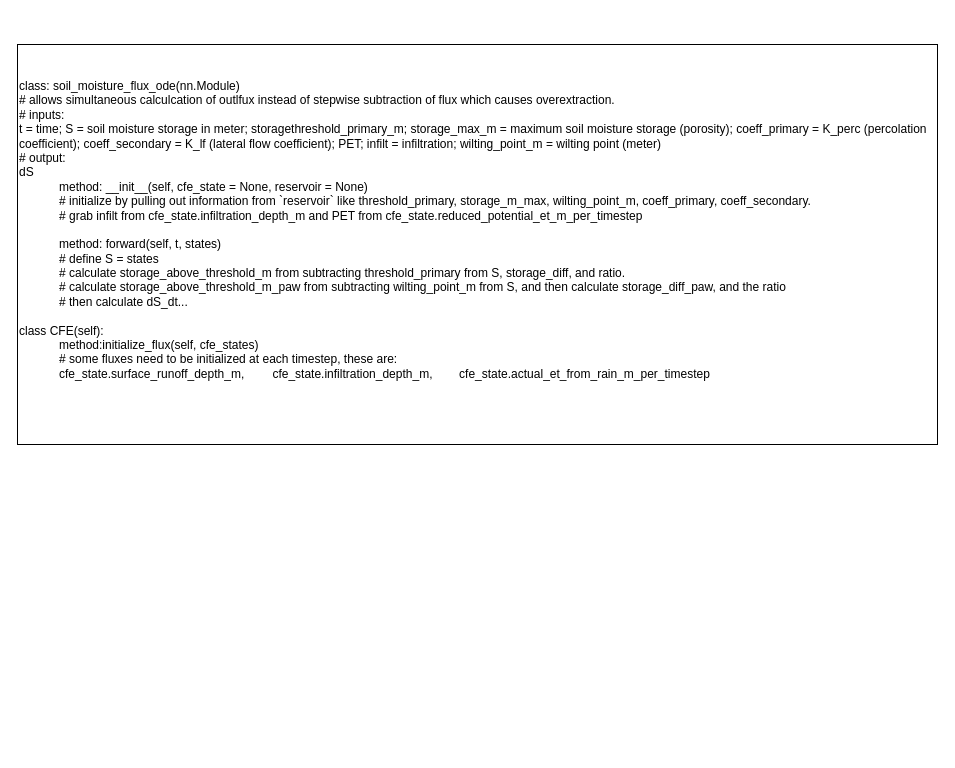
This is page "CFE_RunScheme" (4 of 7) of dCFE_MISC/dCFE_CodeDiagrams.drawio from mines-ciroh/neuralhydrology, a draw.io file, before an edit. Source tidied: cells renumbered, new cells numbered last; positions are measured from the earlier drawing's top-left corner, leaving out a move shared by most shapes. Both pictures are drawn from the tidied source at 100%, with x=0, y=0 at pixel (17, 44).
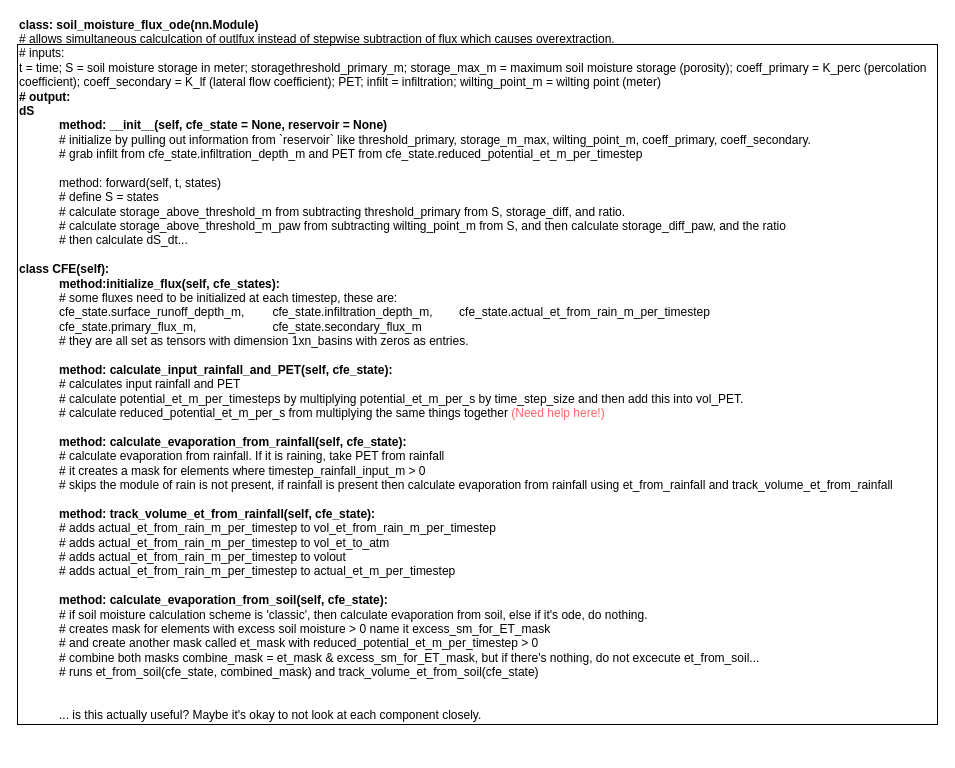
The same page after the edit.

Commit message (it also covers changes not shown here):
Modified code-vomit structure in cdfe.py and proposed new forward process.

Change to the diagram source:
```diff
@@
 <mxGraphModel>
   <root>
     <mxCell id="0" />
     <mxCell id="1" parent="0" />
-    <mxCell id="2" value="class: soil_moisture_flux_ode(nn.Module)&lt;div&gt;# allows simultaneous calculcation of outlfux instead of stepwise subtraction of flux which causes overextraction.&lt;/div&gt;&lt;div&gt;# inputs:&lt;/div&gt;&lt;div&gt;t = time; S = soil moisture storage in meter; storagethreshold_primary_m; storage_max_m = maximum soil moisture storage (porosity); coeff_primary = K_perc (percolation coefficient); coeff_secondary = K_lf (lateral flow coefficient); PET; infilt = infiltration; wilting_point_m = wilting point (meter)&lt;/div&gt;&lt;div&gt;# output:&lt;/div&gt;&lt;div&gt;dS&lt;/div&gt;&lt;blockquote style=&quot;margin: 0 0 0 40px; border: none; padding: 0px;&quot;&gt;&lt;div&gt;method: __init__(self, cfe_state = None, reservoir = None)&lt;/div&gt;&lt;div&gt;&lt;span style=&quot;background-color: initial;&quot;&gt;# initialize by pulling out information from `reservoir` like threshold_primary, storage_m_max, wilting_point_m, coeff_primary, coeff_secondary.&amp;nbsp;&lt;/span&gt;&lt;/div&gt;&lt;div&gt;&lt;span style=&quot;background-color: initial;&quot;&gt;# grab infilt from cfe_state.infiltration_depth_m and PET from cfe_state.reduced_potential_et_m_per_timestep&lt;/span&gt;&lt;/div&gt;&lt;div&gt;&lt;span style=&quot;background-color: initial;&quot;&gt;&lt;br&gt;&lt;/span&gt;&lt;/div&gt;&lt;div&gt;&lt;span style=&quot;background-color: initial;&quot;&gt;method: forward(self, t, states)&lt;/span&gt;&lt;/div&gt;&lt;div&gt;&lt;span style=&quot;background-color: initial;&quot;&gt;# define S = states&lt;/span&gt;&lt;/div&gt;&lt;div&gt;# calculate storage_above_threshold_m from subtracting threshold_primary from S, storage_diff, and ratio.&amp;nbsp;&lt;/div&gt;&lt;div&gt;# calculate storage_above_threshold_m_paw from subtracting wilting_point_m from S, and then calculate storage_diff_paw, and the ratio&lt;/div&gt;&lt;div&gt;# then calculate dS_dt...&lt;/div&gt;&lt;/blockquote&gt;&lt;div&gt;&lt;br&gt;&lt;/div&gt;class CFE(self):&lt;div&gt;&lt;blockquote style=&quot;margin: 0 0 0 40px; border: none; padding: 0px;&quot;&gt;&lt;div&gt;method:initialize_flux(self, cfe_states)&lt;/div&gt;&lt;div&gt;# some fluxes need to be initialized at each timestep, these are:&lt;/div&gt;&lt;div&gt;cfe_state.surface_runoff_depth_m,&amp;nbsp;&lt;span style=&quot;white-space: pre;&quot;&gt;&#9;&lt;/span&gt;cfe_state.infiltration_depth_m,&amp;nbsp;&lt;span style=&quot;white-space: pre;&quot;&gt;&#9;&lt;/span&gt;&lt;span style=&quot;background-color: initial;&quot;&gt;cfe_state.actual_et_from_rain_m_per_timestep&lt;/span&gt;&lt;/div&gt;&lt;div&gt;&lt;span style=&quot;background-color: initial;&quot;&gt;&lt;br&gt;&lt;/span&gt;&lt;/div&gt;&lt;/blockquote&gt;&lt;div&gt;&lt;br&gt;&lt;/div&gt;&lt;/div&gt;" style="rounded=0;whiteSpace=wrap;html=1;align=left;" parent="1" vertex="1">
-      <mxGeometry width="920" height="400" as="geometry" />
+    <mxCell id="2" value="&lt;b&gt;class: soil_moisture_flux_ode(nn.Module)&lt;/b&gt;&lt;div&gt;# allows simultaneous calculcation of outlfux instead of stepwise subtraction of flux which causes overextraction.&lt;/div&gt;&lt;div&gt;# inputs:&lt;/div&gt;&lt;div&gt;t = time; S = soil moisture storage in meter; storagethreshold_primary_m; storage_max_m = maximum soil moisture storage (porosity); coeff_primary = K_perc (percolation coefficient); coeff_secondary = K_lf (lateral flow coefficient); PET; infilt = infiltration; wilting_point_m = wilting point (meter)&lt;/div&gt;&lt;div&gt;&lt;b&gt;# output:&lt;/b&gt;&lt;/div&gt;&lt;div&gt;&lt;b&gt;dS&lt;/b&gt;&lt;/div&gt;&lt;blockquote style=&quot;margin: 0 0 0 40px; border: none; padding: 0px;&quot;&gt;&lt;div&gt;&lt;b&gt;method: __init__(self, cfe_state = None, reservoir = None)&lt;/b&gt;&lt;/div&gt;&lt;div&gt;&lt;span style=&quot;background-color: initial;&quot;&gt;# initialize by pulling out information from `reservoir` like threshold_primary, storage_m_max, wilting_point_m, coeff_primary, coeff_secondary.&amp;nbsp;&lt;/span&gt;&lt;/div&gt;&lt;div&gt;&lt;span style=&quot;background-color: initial;&quot;&gt;# grab infilt from cfe_state.infiltration_depth_m and PET from cfe_state.reduced_potential_et_m_per_timestep&lt;/span&gt;&lt;/div&gt;&lt;div&gt;&lt;span style=&quot;background-color: initial;&quot;&gt;&lt;br&gt;&lt;/span&gt;&lt;/div&gt;&lt;div&gt;&lt;span style=&quot;background-color: initial;&quot;&gt;method: forward(self, t, states)&lt;/span&gt;&lt;/div&gt;&lt;div&gt;&lt;span style=&quot;background-color: initial;&quot;&gt;# define S = states&lt;/span&gt;&lt;/div&gt;&lt;div&gt;# calculate storage_above_threshold_m from subtracting threshold_primary from S, storage_diff, and ratio.&amp;nbsp;&lt;/div&gt;&lt;div&gt;# calculate storage_above_threshold_m_paw from subtracting wilting_point_m from S, and then calculate storage_diff_paw, and the ratio&lt;/div&gt;&lt;div&gt;# then calculate dS_dt...&lt;/div&gt;&lt;/blockquote&gt;&lt;div&gt;&lt;b&gt;&lt;br&gt;&lt;/b&gt;&lt;/div&gt;&lt;b&gt;class CFE(self):&lt;/b&gt;&lt;div&gt;&lt;blockquote style=&quot;margin: 0 0 0 40px; border: none; padding: 0px;&quot;&gt;&lt;div&gt;&lt;b&gt;method:initialize_flux(self, cfe_states):&lt;/b&gt;&lt;/div&gt;&lt;div&gt;# some fluxes need to be initialized at each timestep, these are:&lt;/div&gt;&lt;div&gt;cfe_state.surface_runoff_depth_m,&amp;nbsp;&lt;span style=&quot;white-space: pre;&quot;&gt;&#9;&lt;/span&gt;cfe_state.infiltration_depth_m,&amp;nbsp;&lt;span style=&quot;white-space: pre;&quot;&gt;&#9;&lt;/span&gt;&lt;span style=&quot;background-color: initial;&quot;&gt;cfe_state.actual_et_from_rain_m_per_timestep&lt;/span&gt;&lt;/div&gt;&lt;div&gt;&lt;span style=&quot;background-color: initial;&quot;&gt;cfe_state.primary_flux_m,&amp;nbsp;&lt;span style=&quot;white-space: pre;&quot;&gt;&#9;&lt;/span&gt;&lt;span style=&quot;white-space: pre;&quot;&gt;&#9;&lt;/span&gt;&lt;span style=&quot;white-space: pre;&quot;&gt;&#9;&lt;/span&gt;&lt;/span&gt;&lt;span style=&quot;background-color: initial;&quot;&gt;cfe_state.secondary_flux_m&lt;/span&gt;&lt;/div&gt;&lt;div&gt;&lt;span style=&quot;background-color: initial;&quot;&gt;# they are all set as tensors with dimension 1xn_basins with zeros as entries.&amp;nbsp;&lt;/span&gt;&lt;/div&gt;&lt;div&gt;&lt;span style=&quot;background-color: initial;&quot;&gt;&lt;br&gt;&lt;/span&gt;&lt;/div&gt;&lt;div&gt;&lt;span style=&quot;background-color: initial;&quot;&gt;&lt;b&gt;method: calculate_input_rainfall_and_PET(self, cfe_state):&lt;/b&gt;&lt;/span&gt;&lt;/div&gt;&lt;div&gt;&lt;span style=&quot;background-color: initial;&quot;&gt;# calculates input rainfall and PET&lt;/span&gt;&lt;/div&gt;&lt;div&gt;# calculate potential_et_m_per_timesteps by multiplying potential_et_m_per_s by time_step_size and then add this into vol_PET.&lt;/div&gt;&lt;div&gt;# calculate reduced_potential_et_m_per_s from multiplying the same things together &lt;font color=&quot;#ff6666&quot;&gt;(Need help here!)&lt;/font&gt;&lt;/div&gt;&lt;div&gt;&lt;br&gt;&lt;/div&gt;&lt;div&gt;&lt;b&gt;method: calculate_evaporation_from_rainfall(self, cfe_state):&lt;/b&gt;&lt;/div&gt;&lt;div&gt;# calculate evaporation from rainfall. If it is raining, take PET from rainfall&lt;/div&gt;&lt;div&gt;# it creates a mask for elements where timestep_rainfall_input_m &amp;gt; 0&amp;nbsp;&lt;/div&gt;&lt;div&gt;# skips the module of rain is not present, if rainfall is present then calculate evaporation from rainfall using et_from_rainfall and track_volume_et_from_rainfall&lt;/div&gt;&lt;div&gt;&lt;br&gt;&lt;/div&gt;&lt;div&gt;&lt;b&gt;method: track_volume_et_from_rainfall(self, cfe_state):&lt;/b&gt;&lt;/div&gt;&lt;div&gt;# adds actual_et_from_rain_m_per_timestep to vol_et_from_rain_m_per_timestep&lt;/div&gt;&lt;div&gt;# adds actual_et_from_rain_m_per_timestep to vol_et_to_atm&lt;/div&gt;&lt;div&gt;# adds actual_et_from_rain_m_per_timestep to volout&lt;/div&gt;&lt;div&gt;# adds actual_et_from_rain_m_per_timestep to actual_et_m_per_timestep&lt;/div&gt;&lt;div&gt;&lt;br&gt;&lt;/div&gt;&lt;div&gt;&lt;b&gt;method: calculate_evaporation_from_soil(self, cfe_state):&lt;/b&gt;&lt;/div&gt;&lt;div&gt;# if soil moisture calculation scheme is 'classic', then calculate evaporation from soil, else if it's ode, do nothing.&amp;nbsp;&lt;/div&gt;&lt;div&gt;# creates mask for elements with excess soil moisture &amp;gt; 0 name it excess_sm_for_ET_mask&lt;/div&gt;&lt;div&gt;# and create another mask called et_mask with reduced_potential_et_m_per_timestep &amp;gt; 0&lt;/div&gt;&lt;div&gt;# combine both masks combine_mask = et_mask &amp;amp; excess_sm_for_ET_mask, but if there's nothing, do not excecute et_from_soil...&lt;/div&gt;&lt;div&gt;# runs et_from_soil(cfe_state, combined_mask) and track_volume_et_from_soil(cfe_state)&lt;/div&gt;&lt;div&gt;&lt;br&gt;&lt;/div&gt;&lt;div&gt;&lt;br&gt;&lt;/div&gt;&lt;div&gt;... is this actually useful? Maybe it's okay to not look at each component closely.&amp;nbsp;&lt;/div&gt;&lt;div&gt;&lt;span style=&quot;background-color: initial;&quot;&gt;&lt;br&gt;&lt;/span&gt;&lt;/div&gt;&lt;/blockquote&gt;&lt;div&gt;&lt;br&gt;&lt;/div&gt;&lt;/div&gt;" style="rounded=0;whiteSpace=wrap;html=1;align=left;" parent="1" vertex="1">
+      <mxGeometry width="920" height="680" as="geometry" />
     </mxCell>
   </root>
 </mxGraphModel>
```
